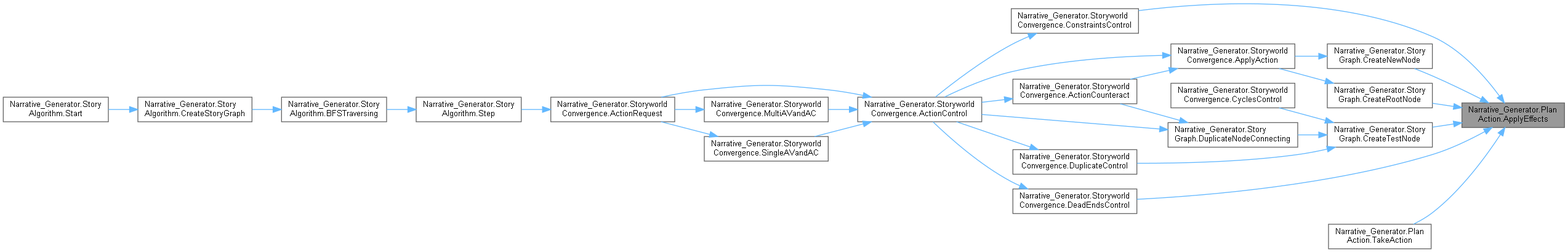
The Graphviz diagram Autodocumentation HTML/class_narrative___generator_1_1_plan_action_ab063bdf4f0f093c205f424cbe4523943_icgraph.png in vonHimik/NarrativeGeneratorForTwine, before a commit. Its source is kept beside it as Autodocumentation HTML/class_narrative___generator_1_1_plan_action_ab063bdf4f0f093c205f424cbe4523943_icgraph.dot.
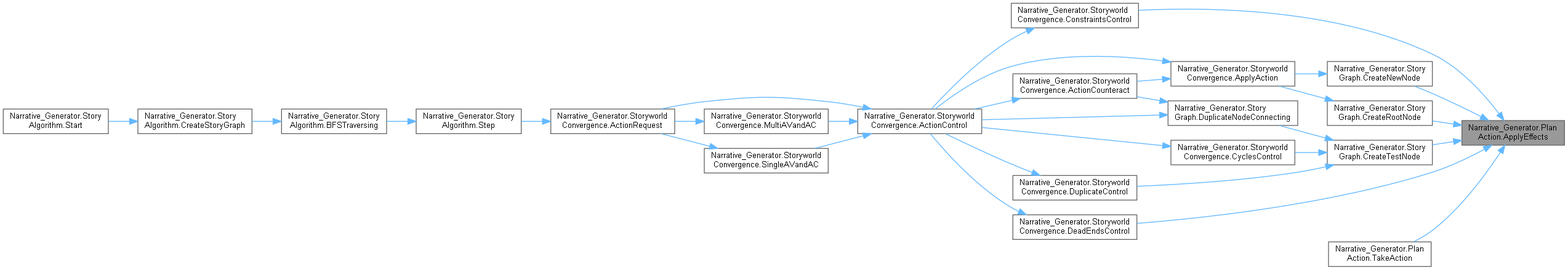
After the change.

Change to the diagram source:
```diff
@@ -16,9 +16,9 @@
   Node5 -> Node6 [dir="back",color="steelblue1",style="solid"];
   Node6 [label="Narrative_Generator.Story\lAlgorithm.BFSTraversing",height=0.2,width=0.4,color="grey40", fillcolor="white", style="filled",URL="$class_narrative___generator_1_1_story_algorithm.html#a7791dc587915617de53183d85424e7aa",tooltip="A method in which we sequentially create a story graph, node by node, starting at the root,..."];
   Node6 -> Node7 [dir="back",color="steelblue1",style="solid"];
-  Node7 [label="Narrative_Generator.Story\lAlgorithm.CreateStoryGraph",height=0.2,width=0.4,color="grey40", fillcolor="white", style="filled",URL="$class_narrative___generator_1_1_story_algorithm.html#a14b46d881caea879deaf6900c24930c1",tooltip="The method that controls the creation of the story graph."];
+  Node7 [label="Narrative_Generator.Story\lAlgorithm.CreateStoryGraph",height=0.2,width=0.4,color="grey40", fillcolor="white", style="filled",URL="$class_narrative___generator_1_1_story_algorithm.html#af62b9aaf409a5a30248c0fc5f0055723",tooltip="The method that controls the creation of the story graph."];
   Node7 -> Node8 [dir="back",color="steelblue1",style="solid"];
-  Node8 [label="Narrative_Generator.Story\lAlgorithm.Start",height=0.2,width=0.4,color="grey40", fillcolor="white", style="filled",URL="$class_narrative___generator_1_1_story_algorithm.html#a84193cf4bd94e0c652a31dbb175214d1",tooltip="Method is an entry point that controls the operation of the algorithm (the sequence of launching othe..."];
+  Node8 [label="Narrative_Generator.Story\lAlgorithm.Start",height=0.2,width=0.4,color="grey40", fillcolor="white", style="filled",URL="$class_narrative___generator_1_1_story_algorithm.html#a5adcd998433cb838e814c1eb81ea753d",tooltip="Method is an entry point that controls the operation of the algorithm (the sequence of launching othe..."];
   Node3 -> Node9 [dir="back",color="steelblue1",style="solid"];
   Node9 [label="Narrative_Generator.Storyworld\lConvergence.MultiAVandAC",height=0.2,width=0.4,color="grey40", fillcolor="white", style="filled",URL="$class_narrative___generator_1_1_storyworld_convergence.html#a27d193b37c3114cc18d690e4846de59c",tooltip="A method that assigns variables (parameters) and checks the constraints of several actions of the sam..."];
   Node9 -> Node4 [dir="back",color="steelblue1",style="solid"];
@@ -40,6 +40,7 @@
   Node15 [label="Narrative_Generator.Story\lGraph.CreateTestNode",height=0.2,width=0.4,color="grey40", fillcolor="white", style="filled",URL="$class_narrative___generator_1_1_story_graph.html#aff8960e72e0b1ecad9ca63c25517c5dc",tooltip="This method creates a node with the specified parameters, which will then be deleted."];
   Node15 -> Node16 [dir="back",color="steelblue1",style="solid"];
   Node16 [label="Narrative_Generator.Storyworld\lConvergence.CyclesControl",height=0.2,width=0.4,color="grey40", fillcolor="white", style="filled",URL="$class_narrative___generator_1_1_storyworld_convergence.html#a8b24e6d35f950febee35af944abef896",tooltip="A method that checks whether the effects of the action under test will cause cycles in the graph."];
+  Node16 -> Node3 [dir="back",color="steelblue1",style="solid"];
   Node15 -> Node17 [dir="back",color="steelblue1",style="solid"];
   Node17 [label="Narrative_Generator.Storyworld\lConvergence.DuplicateControl",height=0.2,width=0.4,color="grey40", fillcolor="white", style="filled",URL="$class_narrative___generator_1_1_storyworld_convergence.html#a9fd047254836b0bec4a91f9cd06c9683",tooltip="A method that checks whether the effects of the checked action will lead to the creation of a node th..."];
   Node17 -> Node3 [dir="back",color="steelblue1",style="solid"];
```
